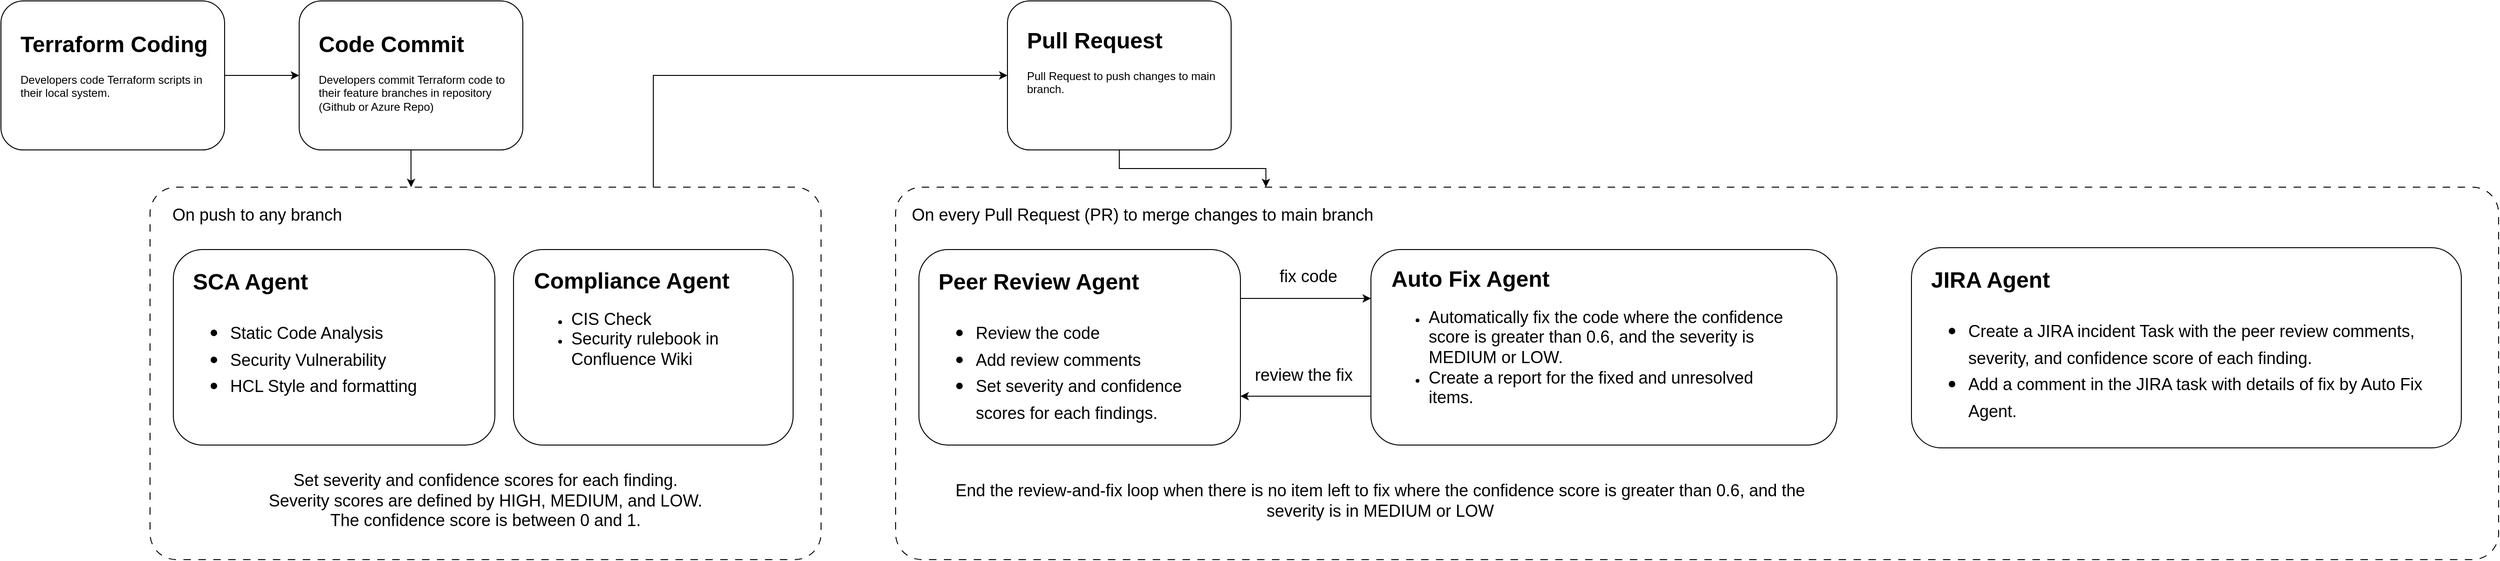
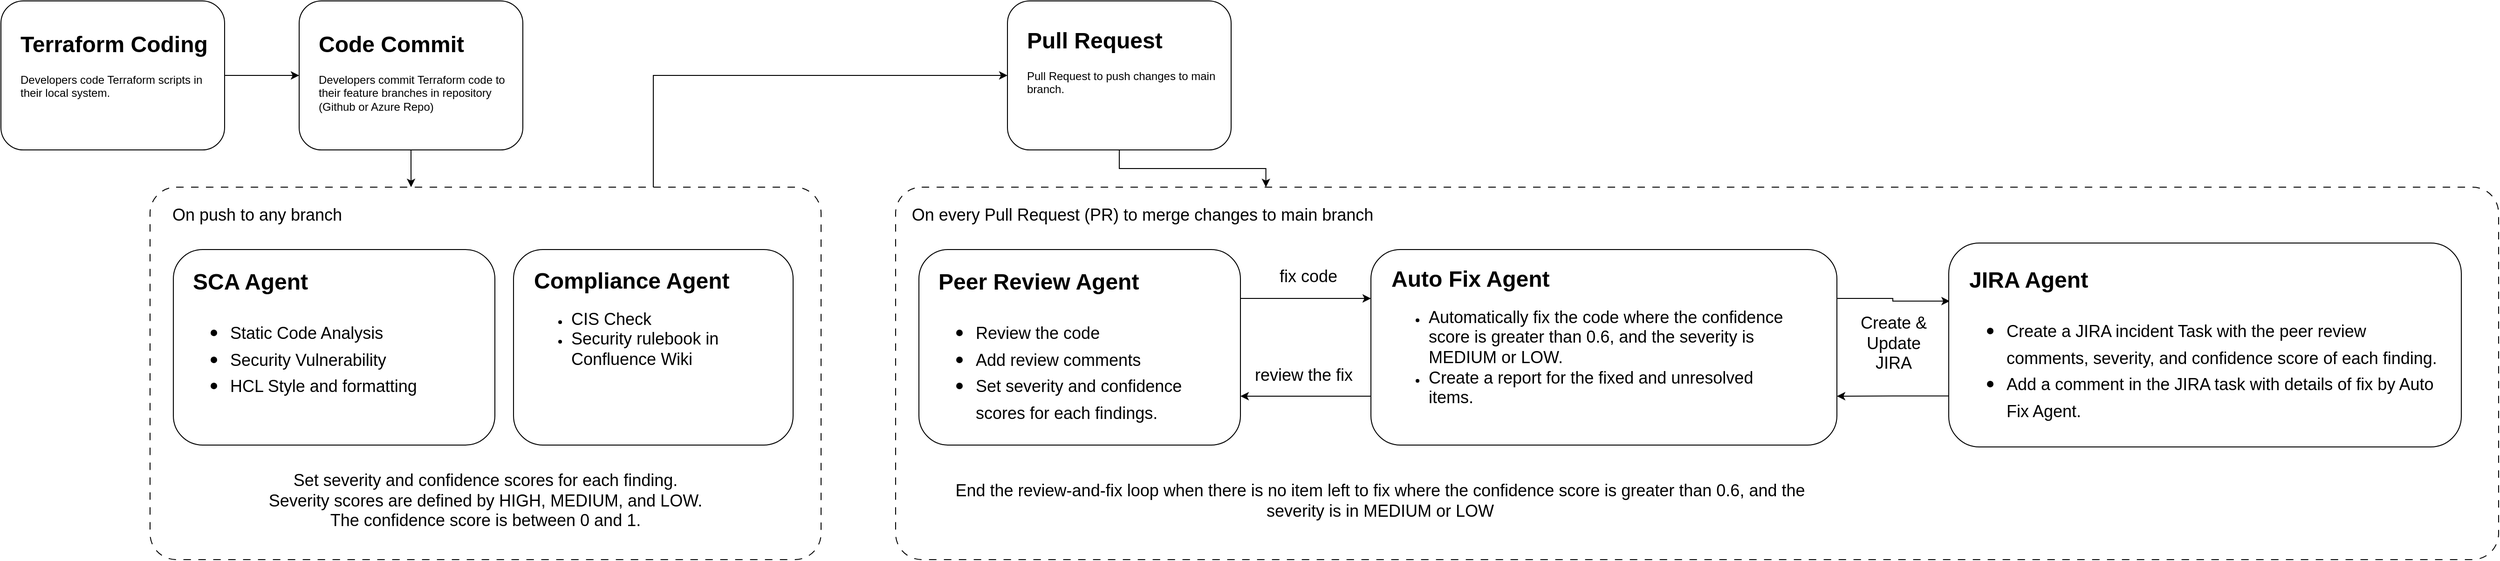
<mxfile host="app.diagrams.net">
  <diagram name="Page-1" id="llQ14HlxIDWXj9B5HY60">
    <mxGraphModel dx="1006" dy="638" grid="1" gridSize="10" guides="1" tooltips="1" connect="1" arrows="1" fold="1" page="1" pageScale="1" pageWidth="850" pageHeight="1100" math="0" shadow="0">
      <root>
        <mxCell id="0" />
        <mxCell id="1" parent="0" />
        <mxCell id="IWc9zJM8tDhvkjJ2dRjy-13" edge="1" parent="1" source="IWc9zJM8tDhvkjJ2dRjy-5" style="edgeStyle=orthogonalEdgeStyle;rounded=0;orthogonalLoop=1;jettySize=auto;html=1;entryX=0;entryY=0.5;entryDx=0;entryDy=0;exitX=0.75;exitY=0;exitDx=0;exitDy=0;" target="IWc9zJM8tDhvkjJ2dRjy-1">
          <mxGeometry relative="1" as="geometry" />
        </mxCell>
        <mxCell id="oJW8UGhNAXkty13G2p3x-1" parent="1" style="rounded=1;whiteSpace=wrap;html=1;" value="" vertex="1">
          <mxGeometry height="160" width="240" x="440" y="200" as="geometry" />
        </mxCell>
        <mxCell id="oJW8UGhNAXkty13G2p3x-3" parent="1" style="text;html=1;whiteSpace=wrap;overflow=hidden;rounded=0;" value="&lt;h1 style=&quot;margin-top: 0px;&quot;&gt;Code Commit&lt;/h1&gt;&lt;p&gt;Developers commit Terraform code to their feature branches in repository (Github or Azure Repo)&lt;/p&gt;" vertex="1">
          <mxGeometry height="100" width="210" x="459" y="226" as="geometry" />
        </mxCell>
        <mxCell id="IWc9zJM8tDhvkjJ2dRjy-1" parent="1" style="rounded=1;whiteSpace=wrap;html=1;" value="" vertex="1">
          <mxGeometry height="160" width="240" x="1200" y="200" as="geometry" />
        </mxCell>
        <mxCell id="IWc9zJM8tDhvkjJ2dRjy-2" parent="1" style="text;html=1;whiteSpace=wrap;overflow=hidden;rounded=0;" value="&lt;h1 style=&quot;margin-top: 0px;&quot;&gt;Pull Request&lt;/h1&gt;&lt;p&gt;Pull Request to push changes to main branch.&lt;/p&gt;" vertex="1">
          <mxGeometry height="100" width="210" x="1219" y="222" as="geometry" />
        </mxCell>
        <mxCell id="IWc9zJM8tDhvkjJ2dRjy-12" edge="1" parent="1" source="IWc9zJM8tDhvkjJ2dRjy-3" style="edgeStyle=orthogonalEdgeStyle;rounded=0;orthogonalLoop=1;jettySize=auto;html=1;exitX=1;exitY=0.5;exitDx=0;exitDy=0;entryX=0;entryY=0.5;entryDx=0;entryDy=0;" target="oJW8UGhNAXkty13G2p3x-1">
          <mxGeometry relative="1" as="geometry" />
        </mxCell>
        <mxCell id="IWc9zJM8tDhvkjJ2dRjy-3" parent="1" style="rounded=1;whiteSpace=wrap;html=1;" value="" vertex="1">
          <mxGeometry height="160" width="240" x="120" y="200" as="geometry" />
        </mxCell>
        <mxCell id="IWc9zJM8tDhvkjJ2dRjy-4" parent="1" style="text;html=1;whiteSpace=wrap;overflow=hidden;rounded=0;" value="&lt;h1 style=&quot;margin-top: 0px;&quot;&gt;Terraform Coding&lt;/h1&gt;&lt;p&gt;Developers code Terraform scripts in their local system.&lt;/p&gt;" vertex="1">
          <mxGeometry height="100" width="210" x="139" y="226" as="geometry" />
        </mxCell>
        <mxCell id="IWc9zJM8tDhvkjJ2dRjy-5" parent="1" style="rounded=1;whiteSpace=wrap;html=1;arcSize=7;dashed=1;dashPattern=8 8;" value="" vertex="1">
          <mxGeometry height="400" width="720" x="280" y="400" as="geometry" />
        </mxCell>
        <mxCell id="IWc9zJM8tDhvkjJ2dRjy-6" parent="1" style="text;html=1;whiteSpace=wrap;strokeColor=none;fillColor=none;align=center;verticalAlign=middle;rounded=0;" value="&lt;font style=&quot;font-size: 18px;&quot;&gt;On push to any branch&lt;/font&gt;" vertex="1">
          <mxGeometry height="30" width="210" x="290" y="415" as="geometry" />
        </mxCell>
        <mxCell id="IWc9zJM8tDhvkjJ2dRjy-7" parent="1" style="rounded=1;whiteSpace=wrap;html=1;" value="" vertex="1">
          <mxGeometry height="210" width="345" x="305" y="467" as="geometry" />
        </mxCell>
        <mxCell id="IWc9zJM8tDhvkjJ2dRjy-8" parent="1" style="text;html=1;whiteSpace=wrap;overflow=hidden;rounded=0;" value="&lt;h1 style=&quot;margin-top: 0px;&quot;&gt;SCA Agent&lt;/h1&gt;&lt;h1 style=&quot;margin-top: 0px;&quot;&gt;&lt;p style=&quot;font-size: 12px; font-weight: 400;&quot;&gt;&lt;/p&gt;&lt;ul&gt;&lt;li&gt;&lt;span style=&quot;font-size: 18px; font-weight: normal;&quot;&gt;Static Code Analysis&lt;/span&gt;&lt;/li&gt;&lt;li&gt;&lt;span style=&quot;font-size: 18px; font-weight: normal;&quot;&gt;Security Vulnerability&lt;/span&gt;&lt;/li&gt;&lt;li&gt;&lt;span style=&quot;font-size: 18px; font-weight: normal;&quot;&gt;HCL Style and formatting&lt;/span&gt;&lt;/li&gt;&lt;/ul&gt;&lt;p&gt;&lt;/p&gt;&lt;/h1&gt;" vertex="1">
          <mxGeometry height="183" width="306" x="324" y="481" as="geometry" />
        </mxCell>
        <mxCell id="IWc9zJM8tDhvkjJ2dRjy-9" parent="1" style="rounded=1;whiteSpace=wrap;html=1;" value="" vertex="1">
          <mxGeometry height="210" width="300" x="670" y="467" as="geometry" />
        </mxCell>
        <mxCell id="IWc9zJM8tDhvkjJ2dRjy-10" parent="1" style="text;html=1;whiteSpace=wrap;overflow=hidden;rounded=0;" value="&lt;h1 style=&quot;margin-top: 0px;&quot;&gt;Compliance Agent&lt;/h1&gt;&lt;p&gt;&lt;/p&gt;&lt;ul&gt;&lt;li&gt;&lt;span style=&quot;font-size: 18px;&quot;&gt;CIS Check&lt;/span&gt;&lt;/li&gt;&lt;li&gt;&lt;span style=&quot;font-size: 18px;&quot;&gt;Security rulebook in Confluence Wiki&lt;/span&gt;&lt;/li&gt;&lt;/ul&gt;&lt;p&gt;&lt;/p&gt;" vertex="1">
          <mxGeometry height="180" width="269" x="690" y="480" as="geometry" />
        </mxCell>
        <mxCell id="IWc9zJM8tDhvkjJ2dRjy-11" edge="1" parent="1" source="oJW8UGhNAXkty13G2p3x-1" style="edgeStyle=orthogonalEdgeStyle;rounded=0;orthogonalLoop=1;jettySize=auto;html=1;exitX=0.5;exitY=1;exitDx=0;exitDy=0;entryX=0.389;entryY=0;entryDx=0;entryDy=0;entryPerimeter=0;" target="IWc9zJM8tDhvkjJ2dRjy-5">
          <mxGeometry relative="1" as="geometry" />
        </mxCell>
        <mxCell id="IWc9zJM8tDhvkjJ2dRjy-14" parent="1" style="rounded=1;whiteSpace=wrap;html=1;arcSize=7;dashed=1;dashPattern=8 8;" value="" vertex="1">
          <mxGeometry height="400" width="1720" x="1080" y="400" as="geometry" />
        </mxCell>
        <mxCell id="IWc9zJM8tDhvkjJ2dRjy-15" parent="1" style="text;html=1;whiteSpace=wrap;strokeColor=none;fillColor=none;align=center;verticalAlign=middle;rounded=0;" value="&lt;font style=&quot;font-size: 18px;&quot;&gt;On every Pull Request (PR) to merge changes to main branch&lt;/font&gt;" vertex="1">
          <mxGeometry height="30" width="510" x="1090" y="415" as="geometry" />
        </mxCell>
        <mxCell id="IWc9zJM8tDhvkjJ2dRjy-22" edge="1" parent="1" source="IWc9zJM8tDhvkjJ2dRjy-16" style="edgeStyle=orthogonalEdgeStyle;rounded=0;orthogonalLoop=1;jettySize=auto;html=1;exitX=1;exitY=0.25;exitDx=0;exitDy=0;entryX=0;entryY=0.25;entryDx=0;entryDy=0;" target="IWc9zJM8tDhvkjJ2dRjy-18">
          <mxGeometry relative="1" as="geometry" />
        </mxCell>
        <mxCell id="IWc9zJM8tDhvkjJ2dRjy-16" parent="1" style="rounded=1;whiteSpace=wrap;html=1;" value="" vertex="1">
          <mxGeometry height="210" width="345" x="1105" y="467" as="geometry" />
        </mxCell>
        <mxCell id="IWc9zJM8tDhvkjJ2dRjy-17" parent="1" style="text;html=1;whiteSpace=wrap;overflow=hidden;rounded=0;" value="&lt;h1 style=&quot;margin-top: 0px;&quot;&gt;Peer Review Agent&lt;/h1&gt;&lt;h1 style=&quot;margin-top: 0px;&quot;&gt;&lt;p style=&quot;font-size: 12px; font-weight: 400;&quot;&gt;&lt;/p&gt;&lt;ul&gt;&lt;li&gt;&lt;span style=&quot;font-size: 18px; font-weight: 400;&quot;&gt;Review the code&lt;/span&gt;&lt;/li&gt;&lt;li&gt;&lt;span style=&quot;font-size: 18px; font-weight: 400;&quot;&gt;Add review comments&lt;/span&gt;&lt;/li&gt;&lt;li&gt;&lt;span style=&quot;font-size: 18px; font-weight: 400;&quot;&gt;Set severity and confidence scores for each findings.&lt;/span&gt;&lt;/li&gt;&lt;/ul&gt;&lt;p&gt;&lt;/p&gt;&lt;/h1&gt;" vertex="1">
          <mxGeometry height="179" width="306" x="1124" y="481" as="geometry" />
        </mxCell>
        <mxCell id="IWc9zJM8tDhvkjJ2dRjy-23" edge="1" parent="1" source="IWc9zJM8tDhvkjJ2dRjy-18" style="edgeStyle=orthogonalEdgeStyle;rounded=0;orthogonalLoop=1;jettySize=auto;html=1;exitX=0;exitY=0.75;exitDx=0;exitDy=0;entryX=1;entryY=0.75;entryDx=0;entryDy=0;" target="IWc9zJM8tDhvkjJ2dRjy-16">
          <mxGeometry relative="1" as="geometry" />
        </mxCell>
+         <mxCell id="IWc9zJM8tDhvkjJ2dRjy-31" edge="1" parent="1" source="IWc9zJM8tDhvkjJ2dRjy-18" style="edgeStyle=orthogonalEdgeStyle;rounded=0;orthogonalLoop=1;jettySize=auto;html=1;exitX=1;exitY=0.25;exitDx=0;exitDy=0;entryX=0.002;entryY=0.285;entryDx=0;entryDy=0;entryPerimeter=0;" target="IWc9zJM8tDhvkjJ2dRjy-27">
+           <mxGeometry relative="1" as="geometry" />
+         </mxCell>
        <mxCell id="IWc9zJM8tDhvkjJ2dRjy-18" parent="1" style="rounded=1;whiteSpace=wrap;html=1;" value="" vertex="1">
          <mxGeometry height="210" width="500" x="1590" y="467" as="geometry" />
        </mxCell>
        <mxCell id="IWc9zJM8tDhvkjJ2dRjy-19" parent="1" style="text;html=1;whiteSpace=wrap;overflow=hidden;rounded=0;" value="&lt;h1 style=&quot;margin-top: 0px;&quot;&gt;Auto Fix Agent&lt;/h1&gt;&lt;p&gt;&lt;/p&gt;&lt;ul&gt;&lt;li&gt;&lt;span style=&quot;font-size: 18px;&quot;&gt;Automatically fix the code where the confidence score is greater than 0.6, and the severity is MEDIUM or LOW.&amp;nbsp;&lt;/span&gt;&lt;/li&gt;&lt;li&gt;&lt;span style=&quot;font-size: 18px;&quot;&gt;Create a report for the fixed and unresolved items.&lt;/span&gt;&lt;/li&gt;&lt;/ul&gt;&lt;p&gt;&lt;/p&gt;" vertex="1">
          <mxGeometry height="192" width="440" x="1610" y="478" as="geometry" />
        </mxCell>
        <mxCell id="IWc9zJM8tDhvkjJ2dRjy-20" parent="1" style="text;whiteSpace=wrap;fontSize=18;align=center;" value="Set severity and confidence scores for each finding.&#xa;Severity scores are defined by HIGH, MEDIUM, and LOW.&#xa;The confidence score is between 0 and 1." vertex="1">
          <mxGeometry height="77" width="640" x="320" y="698" as="geometry" />
        </mxCell>
        <mxCell id="IWc9zJM8tDhvkjJ2dRjy-21" edge="1" parent="1" source="IWc9zJM8tDhvkjJ2dRjy-1" style="edgeStyle=orthogonalEdgeStyle;rounded=0;orthogonalLoop=1;jettySize=auto;html=1;exitX=0.5;exitY=1;exitDx=0;exitDy=0;entryX=0.231;entryY=0;entryDx=0;entryDy=0;entryPerimeter=0;" target="IWc9zJM8tDhvkjJ2dRjy-14">
          <mxGeometry relative="1" as="geometry" />
        </mxCell>
        <mxCell id="IWc9zJM8tDhvkjJ2dRjy-24" parent="1" style="text;html=1;whiteSpace=wrap;strokeColor=none;fillColor=none;align=center;verticalAlign=middle;rounded=0;" value="&lt;font style=&quot;font-size: 18px;&quot;&gt;fix code&lt;/font&gt;" vertex="1">
          <mxGeometry height="30" width="82" x="1482" y="481" as="geometry" />
        </mxCell>
        <mxCell id="IWc9zJM8tDhvkjJ2dRjy-25" parent="1" style="text;html=1;whiteSpace=wrap;strokeColor=none;fillColor=none;align=center;verticalAlign=middle;rounded=0;" value="&lt;font style=&quot;font-size: 18px;&quot;&gt;review the fix&lt;/font&gt;" vertex="1">
          <mxGeometry height="30" width="120" x="1458" y="587" as="geometry" />
        </mxCell>
        <mxCell id="IWc9zJM8tDhvkjJ2dRjy-26" parent="1" style="text;html=1;whiteSpace=wrap;strokeColor=none;fillColor=none;align=center;verticalAlign=middle;rounded=0;" value="&lt;font style=&quot;font-size: 18px;&quot;&gt;End the review-and-fix loop when there is no item left to fix where the confidence score is greater than 0.6, and the severity is in MEDIUM or LOW&lt;/font&gt;" vertex="1">
          <mxGeometry height="50" width="980" x="1110" y="711.5" as="geometry" />
        </mxCell>
+         <mxCell id="IWc9zJM8tDhvkjJ2dRjy-30" edge="1" parent="1" source="IWc9zJM8tDhvkjJ2dRjy-27" style="edgeStyle=orthogonalEdgeStyle;rounded=0;orthogonalLoop=1;jettySize=auto;html=1;exitX=0;exitY=0.75;exitDx=0;exitDy=0;entryX=1;entryY=0.75;entryDx=0;entryDy=0;" target="IWc9zJM8tDhvkjJ2dRjy-18">
+           <mxGeometry relative="1" as="geometry" />
+         </mxCell>
        <mxCell id="IWc9zJM8tDhvkjJ2dRjy-27" parent="1" style="rounded=1;whiteSpace=wrap;html=1;" value="" vertex="1">
-           <mxGeometry height="215" width="590" x="2170" y="465" as="geometry" />
+           <mxGeometry height="219" width="550" x="2210" y="460" as="geometry" />
        </mxCell>
        <mxCell id="IWc9zJM8tDhvkjJ2dRjy-28" parent="1" style="text;html=1;whiteSpace=wrap;overflow=hidden;rounded=0;" value="&lt;h1 style=&quot;margin-top: 0px;&quot;&gt;JIRA Agent&lt;/h1&gt;&lt;h1 style=&quot;margin-top: 0px;&quot;&gt;&lt;p style=&quot;font-size: 12px; font-weight: 400;&quot;&gt;&lt;/p&gt;&lt;ul&gt;&lt;li&gt;&lt;span style=&quot;font-size: 18px; font-weight: 400;&quot;&gt;Create a JIRA incident Task with the peer review comments, severity, and confidence score of each finding.&lt;/span&gt;&lt;/li&gt;&lt;li&gt;&lt;span style=&quot;font-size: 18px; font-weight: 400;&quot;&gt;Add a comment in the JIRA task with details of fix by Auto Fix Agent.&lt;/span&gt;&lt;/li&gt;&lt;/ul&gt;&lt;p&gt;&lt;/p&gt;&lt;/h1&gt;" vertex="1">
-           <mxGeometry height="191" width="551" x="2189" y="479" as="geometry" />
+           <mxGeometry height="191" width="510" x="2230" y="479" as="geometry" />
+         </mxCell>
+         <mxCell id="IWc9zJM8tDhvkjJ2dRjy-32" parent="1" style="text;html=1;whiteSpace=wrap;strokeColor=none;fillColor=none;align=center;verticalAlign=middle;rounded=0;" value="&lt;font style=&quot;font-size: 18px;&quot;&gt;Create &amp;amp; Update JIRA&lt;/font&gt;" vertex="1">
+           <mxGeometry height="57.5" width="102" x="2100" y="539" as="geometry" />
        </mxCell>
      </root>
    </mxGraphModel>
  </diagram>
</mxfile>
